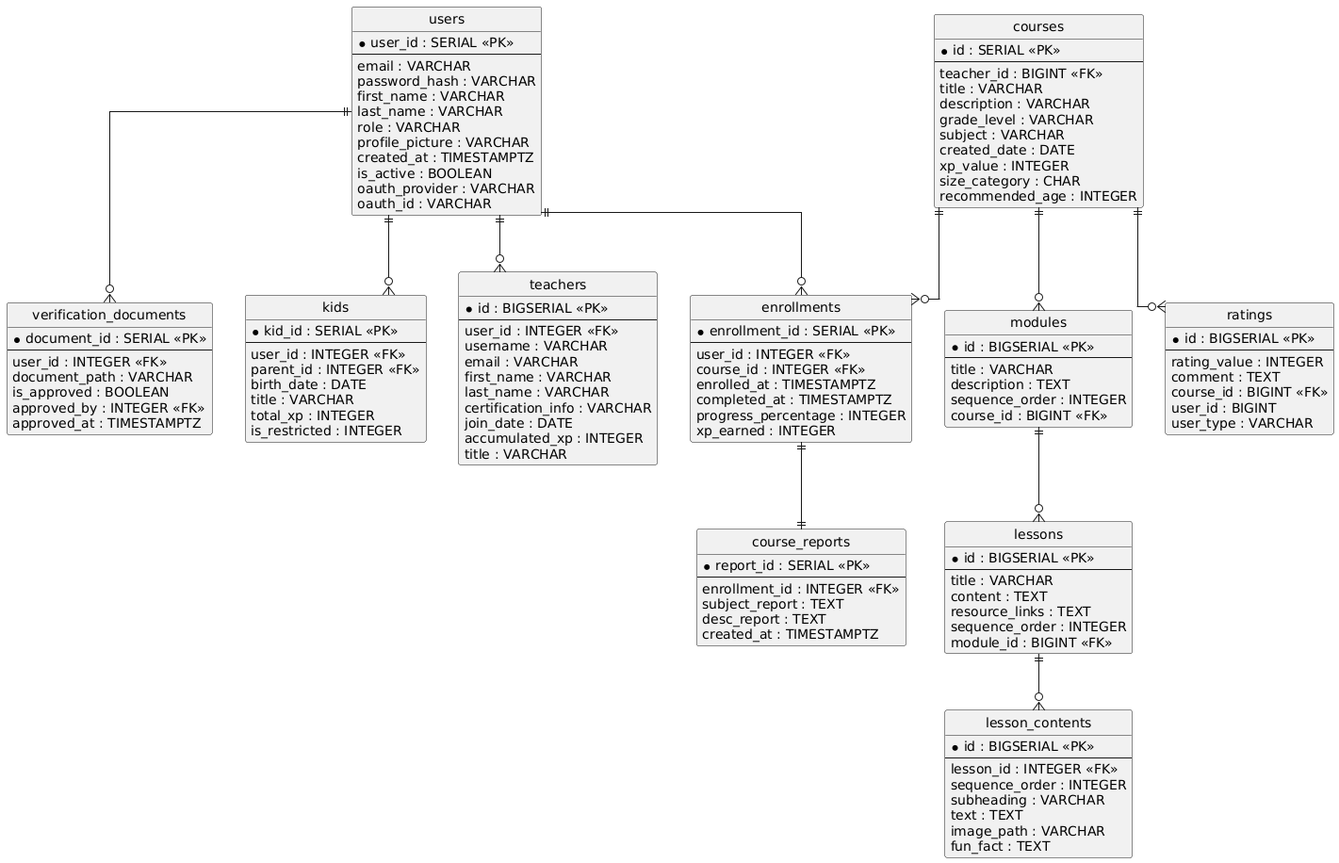
m-elhamlaoui/development-platform-nova-pioneers keeps this PlantUML diagram as db_diagram_nova_pioneers.png. Above is the earlier version.
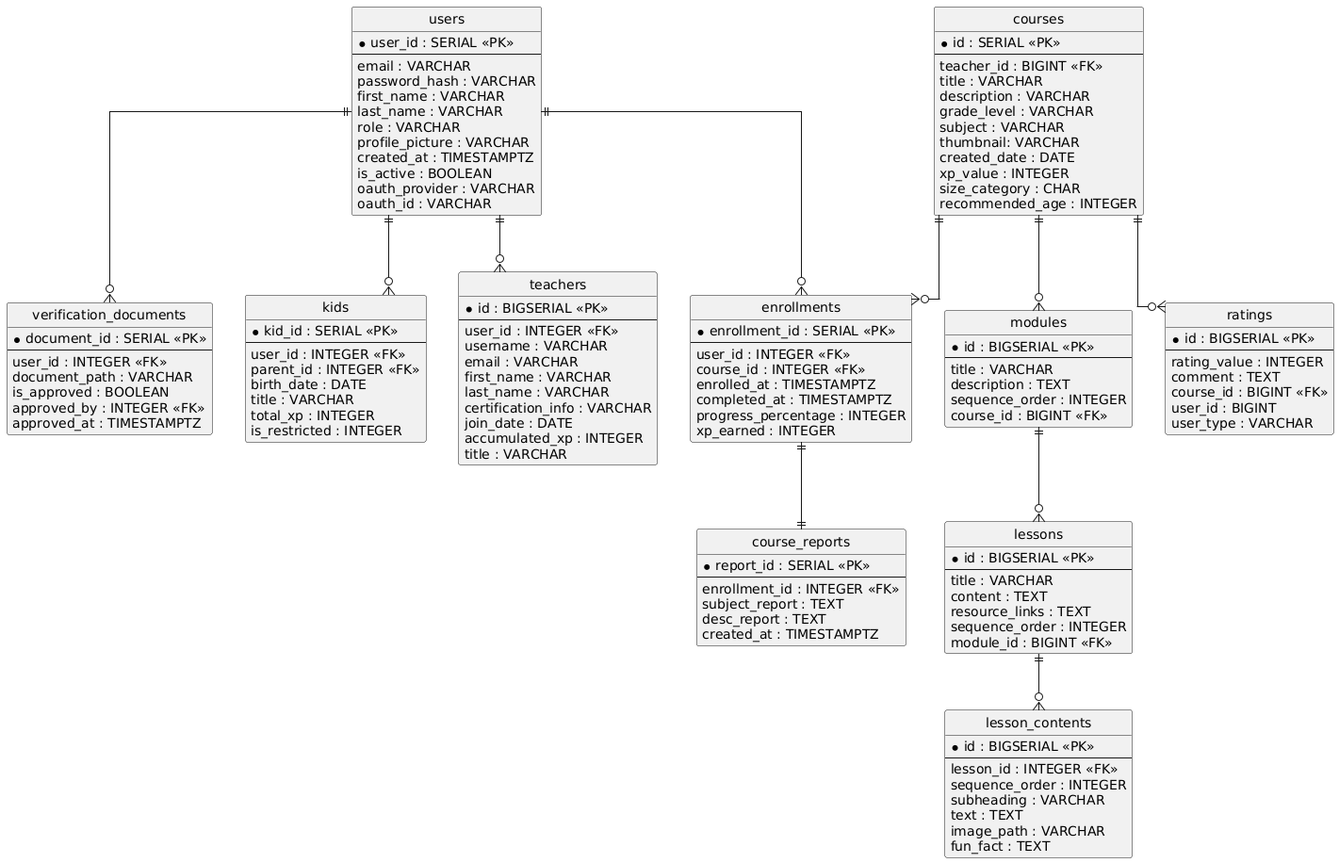
Later version of the same file.

The edit, as a diff of the source:
```diff
@@ -60,6 +60,7 @@
   description : VARCHAR
   grade_level : VARCHAR
   subject : VARCHAR
+  thumbnail: VARCHAR
   created_date : DATE
   xp_value : INTEGER
   size_category : CHAR
```
